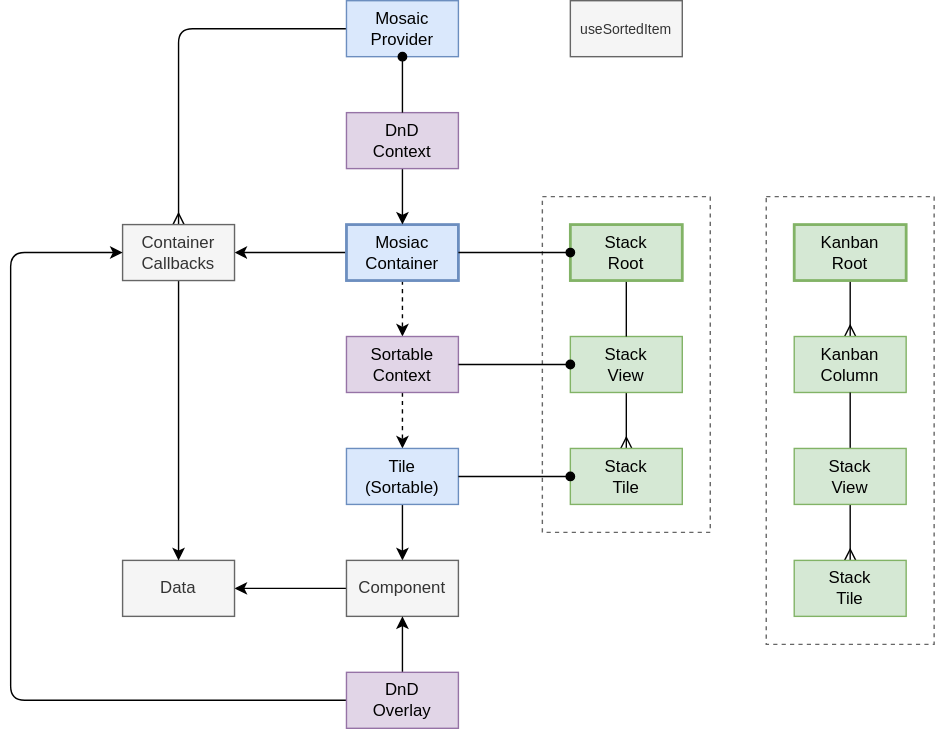
dxos/dxos keeps this draw.io diagram as docs/docs/design/diagrams/dnd.drawio.svg. Above is the earlier version. Source tidied: cells renumbered, new cells last; positions are measured from the earlier drawing's top-left corner, leaving out a move shared by most shapes.
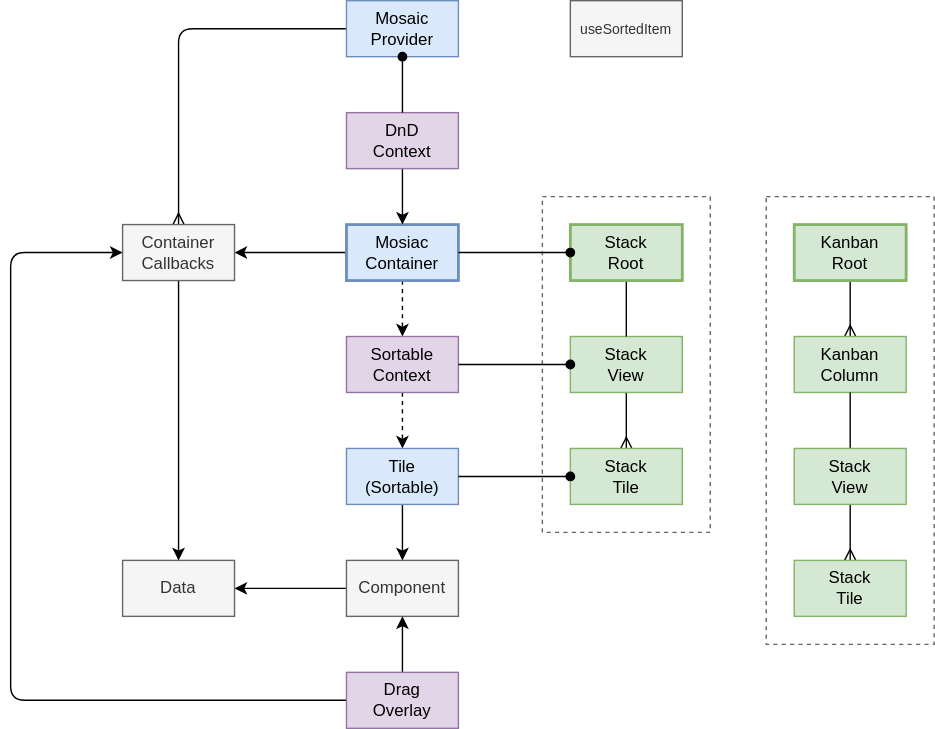
Later version of the same file.

What changed in the source:
```diff
@@ -101,7 +101,7 @@
         </Array>
       </mxGeometry>
     </mxCell>
-    <mxCell id="32" value="DnD&lt;br&gt;Overlay" style="rounded=0;whiteSpace=wrap;html=1;fillColor=#e1d5e7;strokeColor=#9673a6;" parent="1" vertex="1">
+    <mxCell id="32" value="Drag&lt;br&gt;Overlay" style="rounded=0;whiteSpace=wrap;html=1;fillColor=#e1d5e7;strokeColor=#9673a6;" parent="1" vertex="1">
       <mxGeometry x="240" y="480" width="80" height="40" as="geometry" />
     </mxCell>
     <mxCell id="33" style="edgeStyle=none;html=1;exitX=0.5;exitY=1;exitDx=0;exitDy=0;fontSize=10;startArrow=none;startFill=0;endArrow=ERmany;endFill=0;" parent="1" edge="1" source="34" target="35">
```
